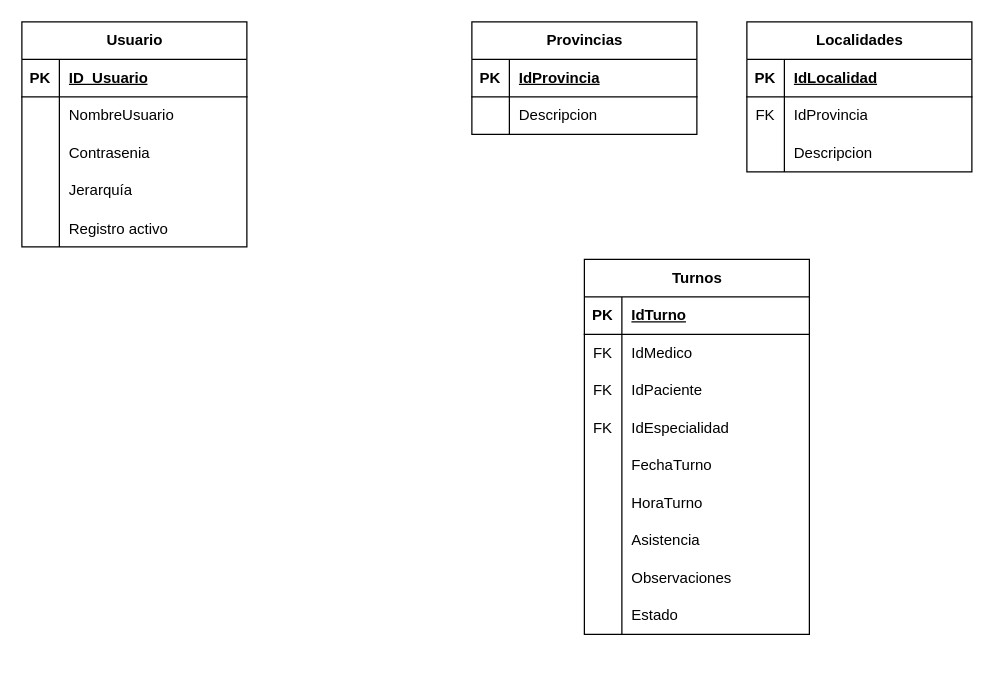
Before: DER_Clinica.drawio in ZerothVeratross/tpi-progra3, a draw.io diagram. Source tidied: cells renumbered, new cells numbered last; positions are measured from the earlier drawing's top-left corner, leaving out a move shared by most shapes. Both pictures are drawn from the tidied source at 125%, with x=0, y=0 at pixel (21, 21).
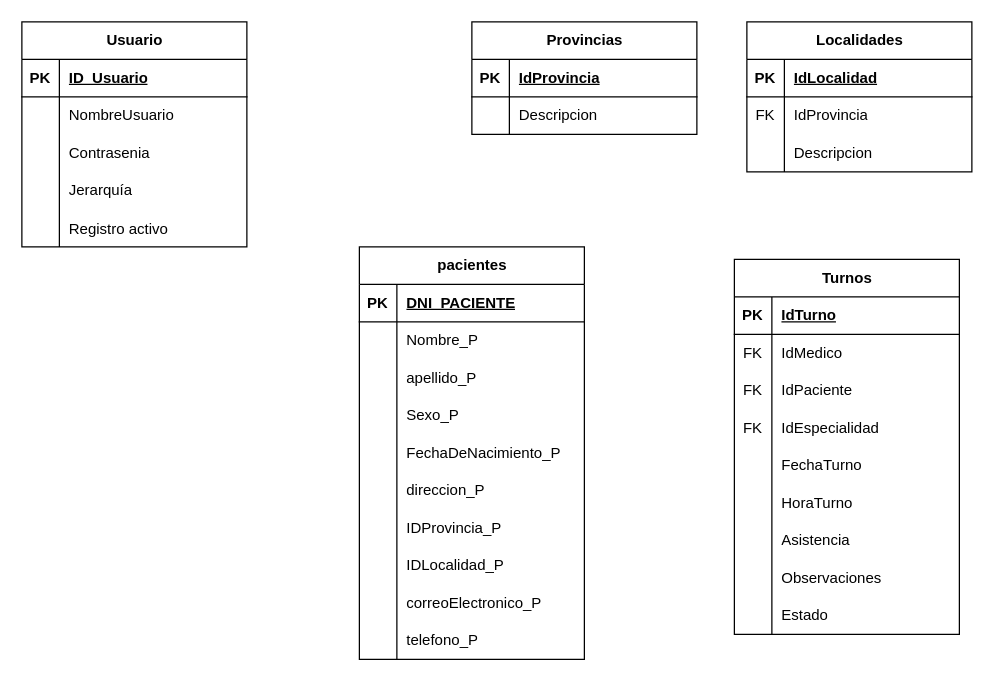
The same diagram, later.

What changed in the source:
```diff
@@
     <mxCell id="35" value="Turnos" style="shape=table;startSize=30;childLayout=tableLayout;rowLines=0;fontStyle=1;align=center;html=1;" parent="1" vertex="1">
-      <mxGeometry x="450" y="190" width="180" height="300" as="geometry" />
+      <mxGeometry x="570" y="190" width="180" height="300" as="geometry" />
     </mxCell>
@@
+    <mxCell id="63" value="pacientes" style="shape=table;startSize=30;childLayout=tableLayout;rowLines=0;fontStyle=1;align=center;html=1;" parent="1" vertex="1">
+      <mxGeometry x="270" y="180" width="180" height="330" as="geometry" />
+    </mxCell>
+    <mxCell id="64" style="shape=tableRow;horizontal=0;startSize=0;swimlaneHead=0;swimlaneBody=0;fillColor=none;top=0;left=0;right=0;bottom=1;" parent="63" vertex="1">
+      <mxGeometry y="30" width="180" height="30" as="geometry" />
+    </mxCell>
+    <mxCell id="65" value="PK" style="shape=partialRectangle;fillColor=none;top=0;left=0;bottom=0;right=0;fontStyle=1;overflow=hidden;whiteSpace=wrap;html=1;" parent="64" vertex="1">
+      <mxGeometry width="30" height="30" as="geometry" />
+    </mxCell>
+    <mxCell id="66" value="DNI_PACIENTE" style="shape=partialRectangle;fillColor=none;top=0;left=0;bottom=0;right=0;align=left;spacingLeft=6;fontStyle=5;overflow=hidden;whiteSpace=wrap;html=1;" parent="64" vertex="1">
+      <mxGeometry x="30" width="150" height="30" as="geometry" />
+    </mxCell>
+    <mxCell id="67" style="shape=tableRow;horizontal=0;startSize=0;swimlaneHead=0;swimlaneBody=0;fillColor=none;top=0;left=0;right=0;bottom=0;" parent="63" vertex="1">
+      <mxGeometry y="60" width="180" height="30" as="geometry" />
+    </mxCell>
+    <mxCell id="68" style="shape=partialRectangle;fillColor=none;top=0;left=0;bottom=0;right=0;overflow=hidden;whiteSpace=wrap;html=1;" parent="67" vertex="1">
+      <mxGeometry width="30" height="30" as="geometry" />
+    </mxCell>
+    <mxCell id="69" value="Nombre_P" style="shape=partialRectangle;fillColor=none;top=0;left=0;bottom=0;right=0;align=left;spacingLeft=6;overflow=hidden;whiteSpace=wrap;html=1;" parent="67" vertex="1">
+      <mxGeometry x="30" width="150" height="30" as="geometry" />
+    </mxCell>
+    <mxCell id="70" style="shape=tableRow;horizontal=0;startSize=0;swimlaneHead=0;swimlaneBody=0;fillColor=none;top=0;left=0;right=0;bottom=0;" parent="63" vertex="1">
+      <mxGeometry y="90" width="180" height="30" as="geometry" />
+    </mxCell>
+    <mxCell id="71" style="shape=partialRectangle;fillColor=none;top=0;left=0;bottom=0;right=0;overflow=hidden;whiteSpace=wrap;html=1;" parent="70" vertex="1">
+      <mxGeometry width="30" height="30" as="geometry" />
+    </mxCell>
+    <mxCell id="72" value="&lt;span style=&quot;text-wrap-mode: nowrap;&quot;&gt;apellido_P&lt;/span&gt;" style="shape=partialRectangle;fillColor=none;top=0;left=0;bottom=0;right=0;align=left;spacingLeft=6;overflow=hidden;whiteSpace=wrap;html=1;" parent="70" vertex="1">
+      <mxGeometry x="30" width="150" height="30" as="geometry" />
+    </mxCell>
+    <mxCell id="73" style="shape=tableRow;horizontal=0;startSize=0;swimlaneHead=0;swimlaneBody=0;fillColor=none;top=0;left=0;right=0;bottom=0;" parent="63" vertex="1">
+      <mxGeometry y="120" width="180" height="30" as="geometry" />
+    </mxCell>
+    <mxCell id="74" style="shape=partialRectangle;fillColor=none;top=0;left=0;bottom=0;right=0;overflow=hidden;whiteSpace=wrap;html=1;" parent="73" vertex="1">
+      <mxGeometry width="30" height="30" as="geometry" />
+    </mxCell>
+    <mxCell id="75" value="&lt;span style=&quot;text-wrap-mode: nowrap;&quot;&gt;Sexo_P&lt;/span&gt;" style="shape=partialRectangle;fillColor=none;top=0;left=0;bottom=0;right=0;align=left;spacingLeft=6;overflow=hidden;whiteSpace=wrap;html=1;" parent="73" vertex="1">
+      <mxGeometry x="30" width="150" height="30" as="geometry" />
+    </mxCell>
+    <mxCell id="76" style="shape=tableRow;horizontal=0;startSize=0;swimlaneHead=0;swimlaneBody=0;fillColor=none;top=0;left=0;right=0;bottom=0;" parent="63" vertex="1">
+      <mxGeometry y="150" width="180" height="30" as="geometry" />
+    </mxCell>
+    <mxCell id="77" style="shape=partialRectangle;fillColor=none;top=0;left=0;bottom=0;right=0;overflow=hidden;whiteSpace=wrap;html=1;" parent="76" vertex="1">
+      <mxGeometry width="30" height="30" as="geometry" />
+    </mxCell>
+    <mxCell id="78" value="&lt;span style=&quot;text-wrap-mode: nowrap;&quot;&gt;FechaDeNacimiento_P&lt;/span&gt;" style="shape=partialRectangle;fillColor=none;top=0;left=0;bottom=0;right=0;align=left;spacingLeft=6;overflow=hidden;whiteSpace=wrap;html=1;" parent="76" vertex="1">
+      <mxGeometry x="30" width="150" height="30" as="geometry" />
+    </mxCell>
+    <mxCell id="79" style="shape=tableRow;horizontal=0;startSize=0;swimlaneHead=0;swimlaneBody=0;fillColor=none;top=0;left=0;right=0;bottom=0;" parent="63" vertex="1">
+      <mxGeometry y="180" width="180" height="30" as="geometry" />
+    </mxCell>
+    <mxCell id="80" style="shape=partialRectangle;fillColor=none;top=0;left=0;bottom=0;right=0;overflow=hidden;whiteSpace=wrap;html=1;" parent="79" vertex="1">
+      <mxGeometry width="30" height="30" as="geometry" />
+    </mxCell>
+    <mxCell id="81" value="&lt;span style=&quot;text-wrap-mode: nowrap;&quot;&gt;direccion_P&lt;/span&gt;" style="shape=partialRectangle;fillColor=none;top=0;left=0;bottom=0;right=0;align=left;spacingLeft=6;overflow=hidden;whiteSpace=wrap;html=1;" parent="79" vertex="1">
+      <mxGeometry x="30" width="150" height="30" as="geometry" />
+    </mxCell>
+    <mxCell id="82" style="shape=tableRow;horizontal=0;startSize=0;swimlaneHead=0;swimlaneBody=0;fillColor=none;top=0;left=0;right=0;bottom=0;" parent="63" vertex="1">
+      <mxGeometry y="210" width="180" height="30" as="geometry" />
+    </mxCell>
+    <mxCell id="83" style="shape=partialRectangle;fillColor=none;top=0;left=0;bottom=0;right=0;overflow=hidden;whiteSpace=wrap;html=1;" parent="82" vertex="1">
+      <mxGeometry width="30" height="30" as="geometry" />
+    </mxCell>
+    <mxCell id="84" value="&lt;span style=&quot;text-wrap-mode: nowrap;&quot;&gt;IDProvincia_P&lt;/span&gt;" style="shape=partialRectangle;fillColor=none;top=0;left=0;bottom=0;right=0;align=left;spacingLeft=6;overflow=hidden;whiteSpace=wrap;html=1;" parent="82" vertex="1">
+      <mxGeometry x="30" width="150" height="30" as="geometry" />
+    </mxCell>
+    <mxCell id="85" style="shape=tableRow;horizontal=0;startSize=0;swimlaneHead=0;swimlaneBody=0;fillColor=none;top=0;left=0;right=0;bottom=0;" parent="63" vertex="1">
+      <mxGeometry y="240" width="180" height="30" as="geometry" />
+    </mxCell>
+    <mxCell id="86" style="shape=partialRectangle;fillColor=none;top=0;left=0;bottom=0;right=0;overflow=hidden;whiteSpace=wrap;html=1;" parent="85" vertex="1">
+      <mxGeometry width="30" height="30" as="geometry" />
+    </mxCell>
+    <mxCell id="87" value="&lt;span style=&quot;text-wrap-mode: nowrap;&quot;&gt;IDLocalidad_P&lt;/span&gt;" style="shape=partialRectangle;fillColor=none;top=0;left=0;bottom=0;right=0;align=left;spacingLeft=6;overflow=hidden;whiteSpace=wrap;html=1;" parent="85" vertex="1">
+      <mxGeometry x="30" width="150" height="30" as="geometry" />
+    </mxCell>
+    <mxCell id="88" style="shape=tableRow;horizontal=0;startSize=0;swimlaneHead=0;swimlaneBody=0;fillColor=none;top=0;left=0;right=0;bottom=0;" parent="63" vertex="1">
+      <mxGeometry y="270" width="180" height="30" as="geometry" />
+    </mxCell>
+    <mxCell id="89" style="shape=partialRectangle;fillColor=none;top=0;left=0;bottom=0;right=0;overflow=hidden;whiteSpace=wrap;html=1;" parent="88" vertex="1">
+      <mxGeometry width="30" height="30" as="geometry" />
+    </mxCell>
+    <mxCell id="90" value="&lt;span style=&quot;text-wrap-mode: nowrap;&quot;&gt;correoElectronico_P&lt;/span&gt;" style="shape=partialRectangle;fillColor=none;top=0;left=0;bottom=0;right=0;align=left;spacingLeft=6;overflow=hidden;whiteSpace=wrap;html=1;" parent="88" vertex="1">
+      <mxGeometry x="30" width="150" height="30" as="geometry" />
+    </mxCell>
+    <mxCell id="91" style="shape=tableRow;horizontal=0;startSize=0;swimlaneHead=0;swimlaneBody=0;fillColor=none;top=0;left=0;right=0;bottom=0;" parent="63" vertex="1">
+      <mxGeometry y="300" width="180" height="30" as="geometry" />
+    </mxCell>
+    <mxCell id="92" style="shape=partialRectangle;fillColor=none;top=0;left=0;bottom=0;right=0;overflow=hidden;whiteSpace=wrap;html=1;" parent="91" vertex="1">
+      <mxGeometry width="30" height="30" as="geometry" />
+    </mxCell>
+    <mxCell id="93" value="&lt;span style=&quot;text-wrap-mode: nowrap;&quot;&gt;telefono_P&lt;/span&gt;" style="shape=partialRectangle;fillColor=none;top=0;left=0;bottom=0;right=0;align=left;spacingLeft=6;overflow=hidden;whiteSpace=wrap;html=1;" parent="91" vertex="1">
+      <mxGeometry x="30" width="150" height="30" as="geometry" />
+    </mxCell>
```
